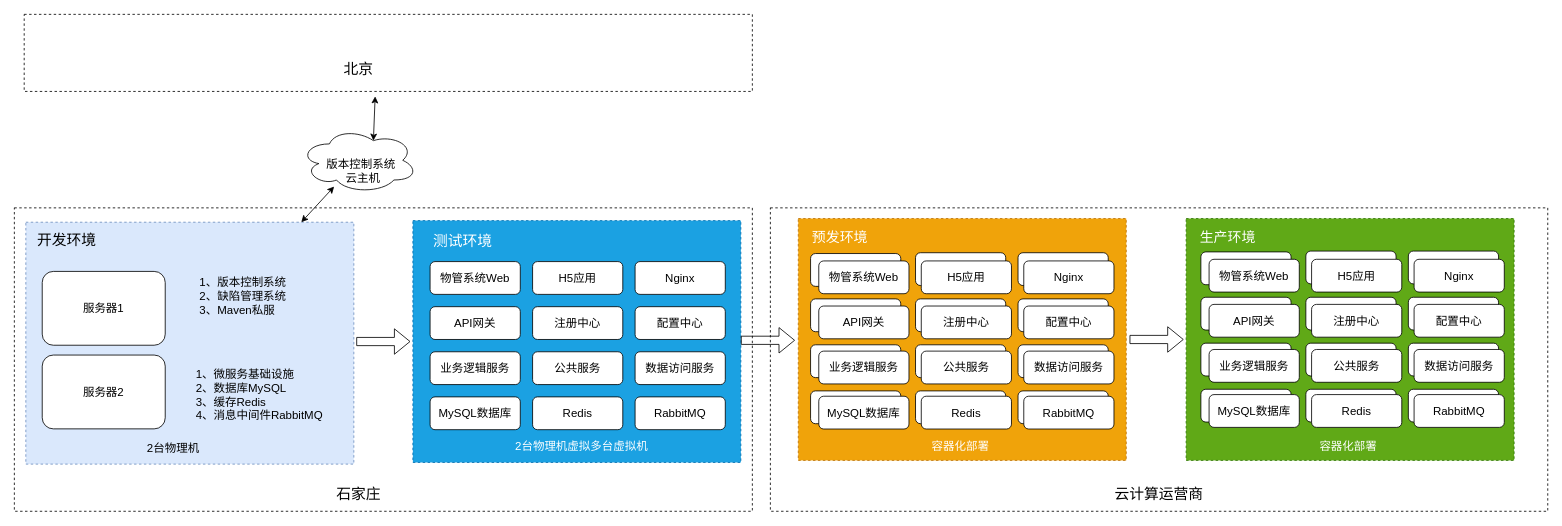
jeffmacn/myjava keeps this draw.io diagram as page "Page-2" (2 of 2) of Untitled Diagram.drawio. Above is the earlier version. Source tidied: cells renumbered, new cells numbered last; positions are measured from the earlier drawing's top-left corner, leaving out a move shared by most shapes. Both pictures are drawn from the tidied source at 82%, with x=0, y=0 at pixel (14, 14).
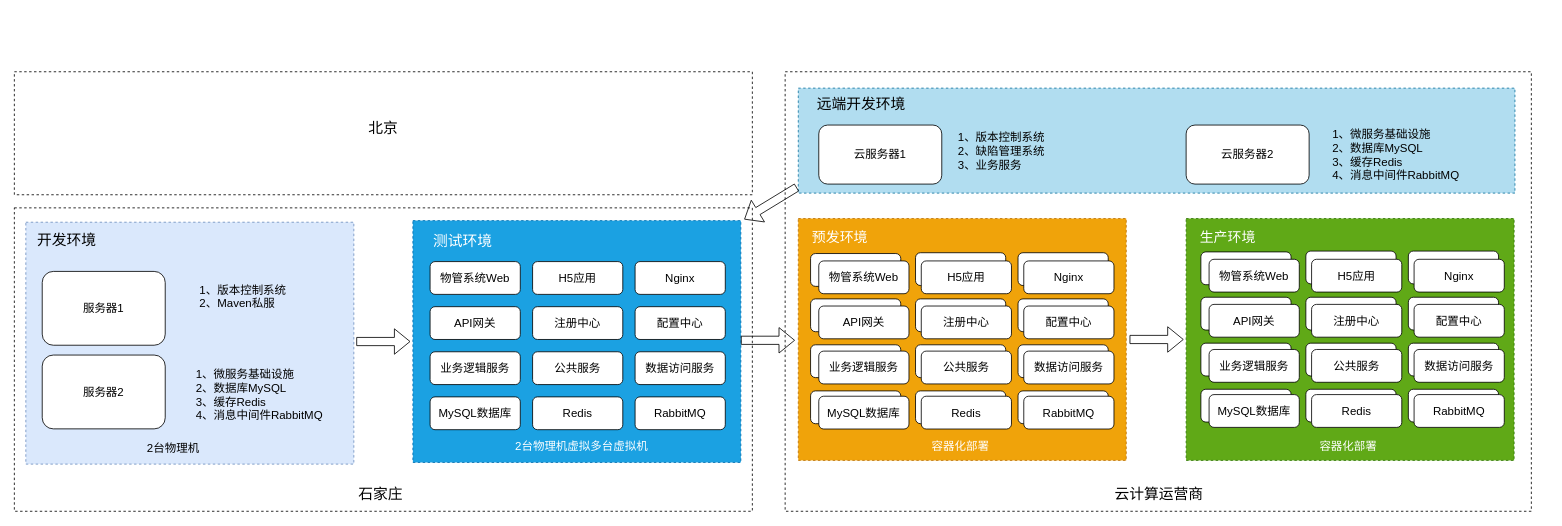
The same diagram, later.

Unchanged cells that the change refers to:
```xml
<mxCell id="3" style="rounded=0;whiteSpace=wrap;html=1;dashed=1;fontSize=18;" parent="1" vertex="1">
  <mxGeometry y="236" width="900" height="370" as="geometry" />
</mxCell>
<mxCell id="23" style="group;" parent="22" vertex="1">
  <mxGeometry width="400" height="295" as="geometry" />
</mxCell>
<mxCell id="24" style="rounded=0;whiteSpace=wrap;html=1;fontSize=14;dashed=1;fillColor=#dae8fc;strokeColor=#6c8ebf;" parent="23" vertex="1">
  <mxGeometry width="400" height="295" as="geometry" />
</mxCell>
```

The edit, as a diff of the source:
```diff
@@
     <mxCell id="2" style="rounded=0;whiteSpace=wrap;html=1;dashed=1;fontSize=18;" parent="1" vertex="1">
-      <mxGeometry x="922" y="236" width="948" height="370" as="geometry" />
+      <mxGeometry x="940" y="70" width="910" height="536" as="geometry" />
     </mxCell>
@@
     <mxCell id="4" value="石家庄" style="text;html=1;strokeColor=none;fillColor=none;align=center;verticalAlign=middle;whiteSpace=wrap;rounded=0;fontSize=18;" parent="1" vertex="1">
-      <mxGeometry x="370" y="576" width="100" height="20" as="geometry" />
+      <mxGeometry x="397" y="576" width="100" height="20" as="geometry" />
     </mxCell>
     <mxCell id="5" style="group;" parent="1" vertex="1">
-      <mxGeometry x="487" y="251.5" width="400" height="295" as="geometry" />
+      <mxGeometry x="487" y="251.5" width="453" height="295" as="geometry" />
     </mxCell>
     <mxCell id="6" style="group;" parent="5" vertex="1">
-      <mxGeometry x="-1" width="400" height="295" as="geometry" />
+      <mxGeometry x="-1" width="454" height="295" as="geometry" />
     </mxCell>
@@
-    <mxCell id="27" value="&lt;div style=&quot;text-align: left&quot;&gt;&lt;span&gt;1、版本控制系统&lt;/span&gt;&lt;/div&gt;&lt;div style=&quot;text-align: left&quot;&gt;&lt;span&gt;2、缺陷管理系统&lt;/span&gt;&lt;/div&gt;&lt;div style=&quot;text-align: left&quot;&gt;&lt;span&gt;3、Maven私服&lt;/span&gt;&lt;/div&gt;" style="text;html=1;strokeColor=none;fillColor=none;align=center;verticalAlign=middle;whiteSpace=wrap;rounded=0;fontSize=14;" parent="23" vertex="1">
+    <mxCell id="27" value="&lt;div style=&quot;text-align: left&quot;&gt;&lt;span&gt;1、版本控制系统&lt;/span&gt;&lt;/div&gt;&lt;div style=&quot;text-align: left&quot;&gt;&lt;span&gt;2、&lt;/span&gt;&lt;span&gt;Maven私服&lt;/span&gt;&lt;/div&gt;" style="text;html=1;strokeColor=none;fillColor=none;align=center;verticalAlign=middle;whiteSpace=wrap;rounded=0;fontSize=14;" parent="23" vertex="1">
       <mxGeometry x="180" y="45" width="170" height="90" as="geometry" />
     </mxCell>
@@
     <mxCell id="31" style="rounded=0;whiteSpace=wrap;html=1;dashed=1;fontSize=18;" parent="1" vertex="1">
-      <mxGeometry x="12" width="888" height="94" as="geometry" />
+      <mxGeometry y="70" width="900" height="150" as="geometry" />
     </mxCell>
     <mxCell id="32" value="北京" style="text;html=1;strokeColor=none;fillColor=none;align=center;verticalAlign=middle;whiteSpace=wrap;rounded=0;fontSize=18;" parent="1" vertex="1">
-      <mxGeometry x="370" y="57" width="100" height="20" as="geometry" />
+      <mxGeometry x="400" y="128.5" width="100" height="20" as="geometry" />
     </mxCell>
-    <mxCell id="33" style="group;" parent="1" vertex="1">
-      <mxGeometry x="348.5" y="138" width="143" height="80" as="geometry" />
-    </mxCell>
-    <mxCell id="34" style="ellipse;shape=cloud;whiteSpace=wrap;html=1;fontSize=18;fontColor=#FFFFFF;" parent="33" vertex="1">
-      <mxGeometry width="143" height="80" as="geometry" />
-    </mxCell>
-    <mxCell id="35" value="版本控制系统&lt;br&gt;&amp;nbsp; &amp;nbsp; &amp;nbsp; 云主机&lt;br&gt;" style="text;html=1;fontSize=14;fontColor=#000000;" parent="33" vertex="1">
-      <mxGeometry x="30" y="30" width="90" height="30" as="geometry" />
-    </mxCell>
@@
-    <mxCell id="66" style="endArrow=classic;startArrow=classic;html=1;fontSize=17;fontColor=#FFFFFF;" parent="1" edge="1" source="24">
-      <mxGeometry relative="1" as="geometry">
-        <mxPoint x="390" y="210" as="targetPoint" />
-      </mxGeometry>
-    </mxCell>
-    <mxCell id="67" style="endArrow=classic;startArrow=classic;html=1;fontSize=17;fontColor=#FFFFFF;exitX=0.625;exitY=0.2;exitDx=0;exitDy=0;exitPerimeter=0;" parent="1" edge="1" source="34">
-      <mxGeometry relative="1" as="geometry">
-        <mxPoint x="440" y="100" as="targetPoint" />
-      </mxGeometry>
-    </mxCell>
@@
+    <mxCell id="100" style="rounded=0;whiteSpace=wrap;html=1;dashed=1;fontSize=18;fillColor=#b1ddf0;strokeColor=#10739e;" parent="1" vertex="1">
+      <mxGeometry x="956" y="90" width="874" height="128" as="geometry" />
+    </mxCell>
+    <mxCell id="101" value="云服务器1" style="rounded=1;whiteSpace=wrap;html=1;fontSize=14;" parent="1" vertex="1">
+      <mxGeometry x="981" y="135" width="150" height="72" as="geometry" />
+    </mxCell>
+    <mxCell id="102" value="云服务器2" style="rounded=1;whiteSpace=wrap;html=1;fontSize=14;" parent="1" vertex="1">
+      <mxGeometry x="1429" y="135" width="150" height="72" as="geometry" />
+    </mxCell>
+    <mxCell id="103" value="1、版本控制系统&lt;br&gt;&lt;span&gt;2、缺陷管理系统&lt;br&gt;&lt;/span&gt;3、业务服务&lt;br&gt;" style="text;html=1;fontSize=14;fontColor=#000000;" parent="1" vertex="1">
+      <mxGeometry x="1149" y="135" width="150" height="40" as="geometry" />
+    </mxCell>
+    <mxCell id="104" value="远端开发环境" style="text;html=1;strokeColor=none;fillColor=none;align=center;verticalAlign=middle;whiteSpace=wrap;rounded=0;fontSize=18;" parent="1" vertex="1">
+      <mxGeometry x="976" y="100" width="114" height="20" as="geometry" />
+    </mxCell>
+    <mxCell id="105" value="&lt;div style=&quot;text-align: left&quot;&gt;&lt;span&gt;1、微服务基础设施&lt;/span&gt;&lt;/div&gt;&lt;div style=&quot;text-align: left&quot;&gt;&lt;span&gt;2、数据库MySQL&lt;/span&gt;&lt;/div&gt;&lt;div style=&quot;text-align: left&quot;&gt;&lt;span&gt;3、缓存Redis&lt;/span&gt;&lt;/div&gt;&lt;div style=&quot;text-align: left&quot;&gt;&lt;span&gt;4、消息中间件RabbitMQ&lt;/span&gt;&lt;/div&gt;" style="text;html=1;strokeColor=none;fillColor=none;align=center;verticalAlign=middle;whiteSpace=wrap;rounded=0;fontSize=14;" parent="1" vertex="1">
+      <mxGeometry x="1599.8" y="126" width="170" height="90" as="geometry" />
+    </mxCell>
+    <mxCell id="106" style="shape=flexArrow;endArrow=classic;html=1;fontSize=17;fontColor=#FFFFFF;entryX=0.989;entryY=0.038;entryDx=0;entryDy=0;entryPerimeter=0;exitX=-0.002;exitY=0.945;exitDx=0;exitDy=0;exitPerimeter=0;" parent="1" edge="1" source="100" target="3">
+      <mxGeometry relative="1" as="geometry" />
+    </mxCell>
```
